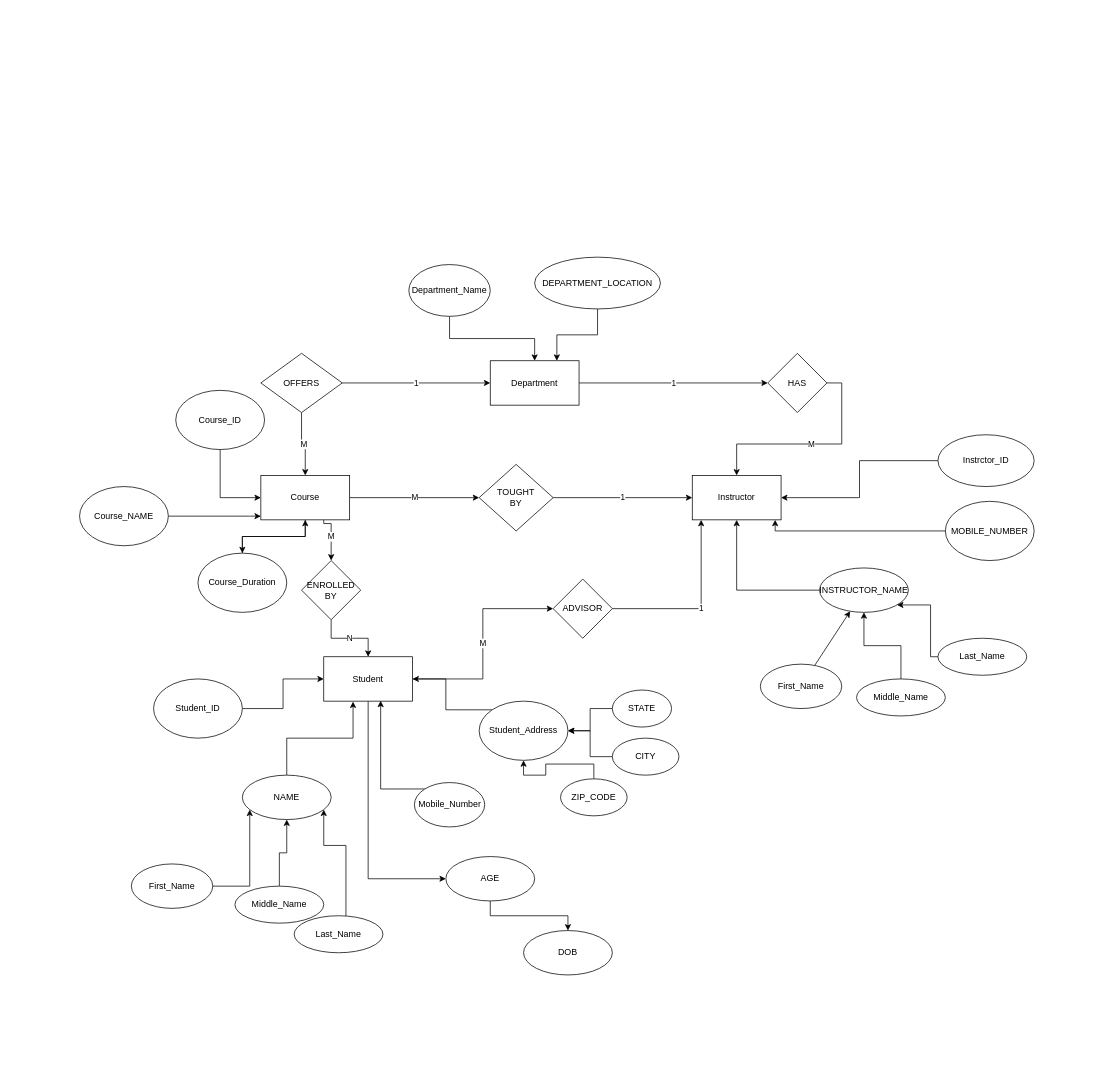
Before: Untitled Diagram.drawio in vaibhav31s/lecture0, a draw.io diagram. Source tidied: cells renumbered, new cells numbered last; positions are measured from the earlier drawing's top-left corner, leaving out a move shared by most shapes. Both pictures are drawn from the tidied source at 74%, with x=0, y=0 at pixel (79, 257).
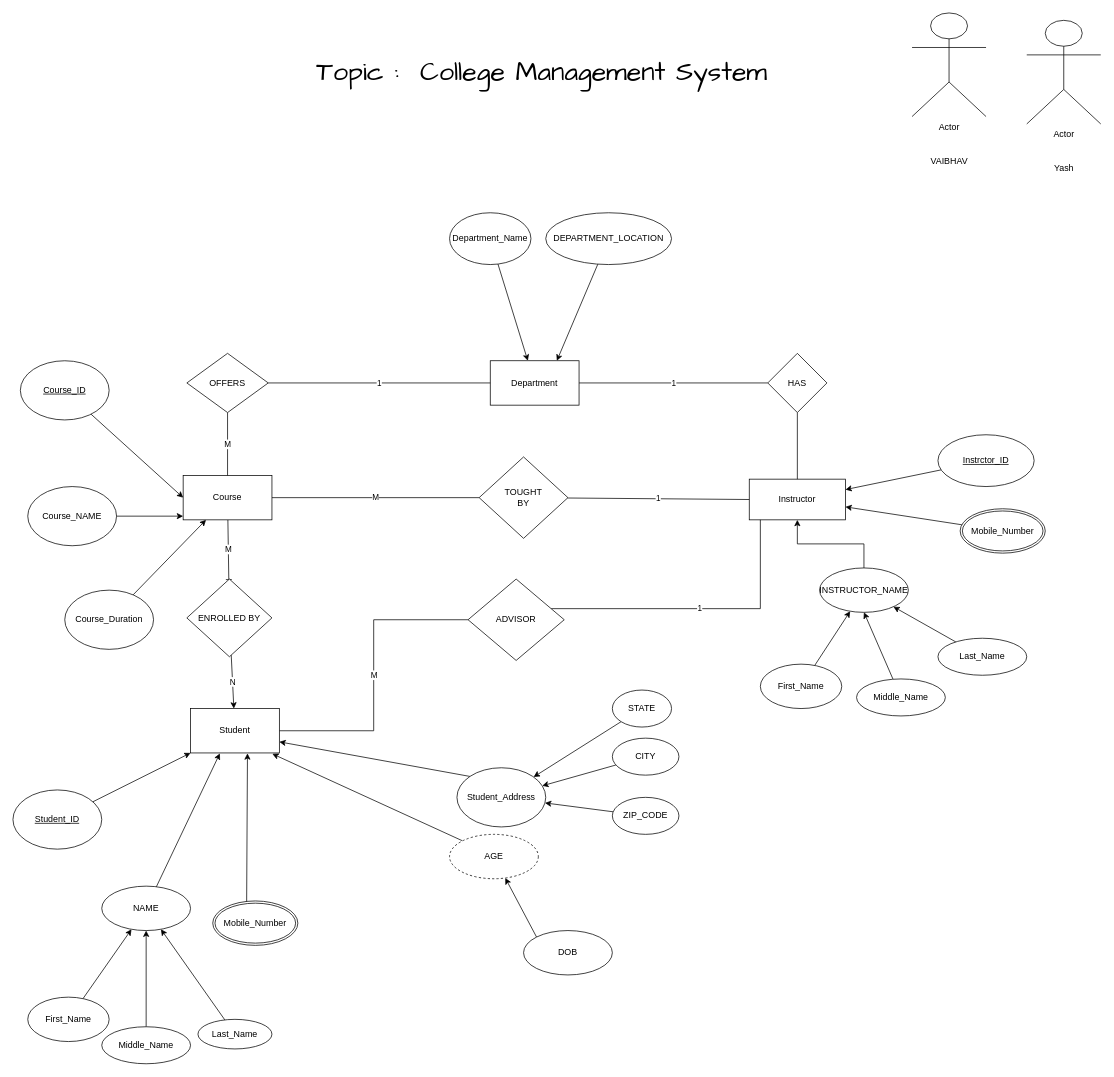
Above is the later version.

Commit message:
College Managment System

Unchanged cells that the change refers to:
```xml
<mxCell id="3" value="Department" style="rounded=0;whiteSpace=wrap;html=1;" parent="1" vertex="1">
  <mxGeometry x="555" y="140" width="120" height="60" as="geometry" />
</mxCell>
<mxCell id="42" value="HAS" style="rhombus;whiteSpace=wrap;html=1;" parent="1" vertex="1">
  <mxGeometry x="930" y="130" width="80" height="80" as="geometry" />
</mxCell>
<mxCell id="48" value="CITY" style="ellipse;whiteSpace=wrap;html=1;" parent="1" vertex="1">
  <mxGeometry x="720" y="650" width="90" height="50" as="geometry" />
</mxCell>
<mxCell id="56" value="STATE" style="ellipse;whiteSpace=wrap;html=1;" parent="1" vertex="1">
  <mxGeometry x="720" y="585" width="80" height="50" as="geometry" />
</mxCell>
<mxCell id="59" value="DOB" style="ellipse;whiteSpace=wrap;html=1;rounded=0;" parent="1" vertex="1">
  <mxGeometry x="600" y="910" width="120" height="60" as="geometry" />
</mxCell>
<mxCell id="63" value="Last_Name" style="ellipse;whiteSpace=wrap;html=1;" parent="1" vertex="1">
  <mxGeometry x="1160" y="515" width="120" height="50" as="geometry" />
</mxCell>
<mxCell id="65" value="INSTRUCTOR_NAME" style="ellipse;whiteSpace=wrap;html=1;" parent="1" vertex="1">
  <mxGeometry x="1000" y="420" width="120" height="60" as="geometry" />
</mxCell>
<mxCell id="67" value="Middle_Name" style="ellipse;whiteSpace=wrap;html=1;" parent="1" vertex="1">
  <mxGeometry x="1050" y="570" width="120" height="50" as="geometry" />
</mxCell>
```

Diff of the diagram source:
```diff
@@
-    <mxCell id="2" value="1" style="edgeStyle=orthogonalEdgeStyle;rounded=0;jettySize=auto;html=1;entryX=0;entryY=0.5;entryDx=0;entryDy=0;" parent="1" edge="1" source="3" target="42">
+    <mxCell id="2" value="1" style="edgeStyle=orthogonalEdgeStyle;rounded=0;jettySize=auto;html=1;entryX=0;entryY=0.5;entryDx=0;entryDy=0;endArrow=none;endFill=0;" parent="1" edge="1" source="3" target="42">
       <mxGeometry relative="1" as="geometry" />
     </mxCell>
@@
-    <mxCell id="4" value="M" style="edgeStyle=orthogonalEdgeStyle;rounded=0;jettySize=auto;html=1;" parent="1" edge="1" source="7" target="40">
+    <mxCell id="4" value="M" style="rounded=0;jettySize=auto;html=1;endArrow=none;endFill=0;" parent="1" edge="1" source="7" target="40">
       <mxGeometry relative="1" as="geometry" />
     </mxCell>
-    <mxCell id="5" style="edgeStyle=orthogonalEdgeStyle;rounded=0;jettySize=auto;html=1;" parent="1" edge="1" source="7" target="21">
-      <mxGeometry relative="1" as="geometry" />
-    </mxCell>
-    <mxCell id="6" value="M" style="edgeStyle=orthogonalEdgeStyle;rounded=0;jettySize=auto;html=1;" parent="1" edge="1" source="7" target="46">
-      <mxGeometry relative="1" as="geometry">
-        <Array as="points">
-          <mxPoint x="330" y="360" />
-          <mxPoint x="340" y="360" />
-        </Array>
-      </mxGeometry>
+    <mxCell id="6" value="M" style="jettySize=auto;html=1;rounded=0;endArrow=baseDash;endFill=0;" parent="1" edge="1" source="7" target="46">
+      <mxGeometry relative="1" as="geometry" />
     </mxCell>
     <mxCell id="7" value="Course" style="rounded=0;whiteSpace=wrap;html=1;" parent="1" vertex="1">
-      <mxGeometry x="245" y="295" width="120" height="60" as="geometry" />
+      <mxGeometry x="140" y="295" width="120" height="60" as="geometry" />
     </mxCell>
     <mxCell id="8" value="Instructor" style="rounded=0;whiteSpace=wrap;html=1;" parent="1" vertex="1">
-      <mxGeometry x="828" y="295" width="120" height="60" as="geometry" />
+      <mxGeometry x="905" y="300" width="130" height="55" as="geometry" />
     </mxCell>
-    <mxCell id="9" value="M" style="edgeStyle=orthogonalEdgeStyle;rounded=0;jettySize=auto;html=1;entryX=0;entryY=0.5;entryDx=0;entryDy=0;" parent="1" edge="1" source="11" target="44">
+    <mxCell id="9" value="M" style="rounded=0;jettySize=auto;html=1;entryX=0;entryY=0.5;entryDx=0;entryDy=0;endArrow=none;endFill=0;edgeStyle=orthogonalEdgeStyle;" parent="1" edge="1" source="11" target="44">
       <mxGeometry relative="1" as="geometry" />
     </mxCell>
-    <mxCell id="10" style="edgeStyle=orthogonalEdgeStyle;rounded=0;jettySize=auto;html=1;" parent="1" edge="1" source="11" target="58">
-      <mxGeometry relative="1" as="geometry">
-        <Array as="points">
-          <mxPoint x="390" y="840" />
-        </Array>
-      </mxGeometry>
-    </mxCell>
     <mxCell id="11" value="Student" style="rounded=0;whiteSpace=wrap;html=1;" parent="1" vertex="1">
-      <mxGeometry x="330" y="540" width="120" height="60" as="geometry" />
+      <mxGeometry x="150" y="610" width="120" height="60" as="geometry" />
     </mxCell>
-    <mxCell id="12" style="edgeStyle=orthogonalEdgeStyle;rounded=0;jettySize=auto;html=1;" parent="1" edge="1" source="13" target="3">
+    <mxCell id="12" style="rounded=0;jettySize=auto;html=1;" parent="1" edge="1" source="13" target="3">
       <mxGeometry relative="1" as="geometry" />
     </mxCell>
     <mxCell id="13" value="Department_Name" style="ellipse;whiteSpace=wrap;html=1;" parent="1" vertex="1">
-      <mxGeometry x="445" y="10" width="110" height="70" as="geometry" />
+      <mxGeometry x="500" y="-60" width="110" height="70" as="geometry" />
     </mxCell>
-    <mxCell id="14" style="edgeStyle=orthogonalEdgeStyle;rounded=0;jettySize=auto;html=1;entryX=0.75;entryY=0;entryDx=0;entryDy=0;" parent="1" edge="1" source="15" target="3">
+    <mxCell id="14" style="rounded=0;jettySize=auto;html=1;entryX=0.75;entryY=0;entryDx=0;entryDy=0;" parent="1" edge="1" source="15" target="3">
       <mxGeometry relative="1" as="geometry" />
     </mxCell>
     <mxCell id="15" value="DEPARTMENT_LOCATION" style="ellipse;whiteSpace=wrap;html=1;" parent="1" vertex="1">
-      <mxGeometry x="615" width="170" height="70" as="geometry" />
+      <mxGeometry x="630" y="-60" width="170" height="70" as="geometry" />
     </mxCell>
-    <mxCell id="16" style="edgeStyle=orthogonalEdgeStyle;rounded=0;jettySize=auto;html=1;entryX=0;entryY=0.5;entryDx=0;entryDy=0;" parent="1" edge="1" source="17" target="7">
+    <mxCell id="16" style="rounded=0;jettySize=auto;html=1;entryX=0;entryY=0.5;entryDx=0;entryDy=0;" parent="1" edge="1" source="17" target="7">
       <mxGeometry relative="1" as="geometry" />
     </mxCell>
-    <mxCell id="17" value="Course_ID" style="ellipse;whiteSpace=wrap;html=1;" parent="1" vertex="1">
-      <mxGeometry x="130" y="180" width="120" height="80" as="geometry" />
+    <mxCell id="17" value="&lt;u&gt;Course_ID&lt;/u&gt;" style="ellipse;whiteSpace=wrap;html=1;" parent="1" vertex="1">
+      <mxGeometry x="-80" y="140" width="120" height="80" as="geometry" />
     </mxCell>
@@
     <mxCell id="19" value="Course_NAME" style="ellipse;whiteSpace=wrap;html=1;" parent="1" vertex="1">
-      <mxGeometry y="310" width="120" height="80" as="geometry" />
+      <mxGeometry x="-70" y="310" width="120" height="80" as="geometry" />
     </mxCell>
-    <mxCell id="20" style="edgeStyle=orthogonalEdgeStyle;rounded=0;jettySize=auto;html=1;" parent="1" edge="1" source="21" target="7">
+    <mxCell id="20" style="rounded=0;jettySize=auto;html=1;" parent="1" edge="1" source="21" target="7">
       <mxGeometry relative="1" as="geometry" />
     </mxCell>
     <mxCell id="21" value="Course_Duration" style="ellipse;whiteSpace=wrap;html=1;" parent="1" vertex="1">
-      <mxGeometry x="160" y="400" width="120" height="80" as="geometry" />
+      <mxGeometry x="-20" y="450" width="120" height="80" as="geometry" />
     </mxCell>
-    <mxCell id="22" style="edgeStyle=orthogonalEdgeStyle;rounded=0;jettySize=auto;html=1;" parent="1" edge="1" source="23" target="8">
+    <mxCell id="22" style="rounded=0;jettySize=auto;html=1;" parent="1" edge="1" source="23" target="8">
       <mxGeometry relative="1" as="geometry" />
     </mxCell>
-    <mxCell id="23" value="Instrctor_ID" style="ellipse;whiteSpace=wrap;html=1;" parent="1" vertex="1">
+    <mxCell id="23" value="Instrctor_ID" style="ellipse;whiteSpace=wrap;html=1;fontStyle=4;" parent="1" vertex="1">
       <mxGeometry x="1160" y="240" width="130" height="70" as="geometry" />
     </mxCell>
-    <mxCell id="24" style="edgeStyle=orthogonalEdgeStyle;rounded=0;jettySize=auto;html=1;" parent="1" edge="1" source="25" target="8">
-      <mxGeometry relative="1" as="geometry">
-        <Array as="points">
-          <mxPoint x="940" y="370" />
-        </Array>
-      </mxGeometry>
+    <mxCell id="24" style="rounded=0;jettySize=auto;html=1;" parent="1" edge="1" source="72" target="8">
+      <mxGeometry relative="1" as="geometry" />
     </mxCell>
-    <mxCell id="25" value="MOBILE_NUMBER" style="ellipse;whiteSpace=wrap;html=1;" parent="1" vertex="1">
-      <mxGeometry x="1170" y="330" width="120" height="80" as="geometry" />
-    </mxCell>
-    <mxCell id="26" style="edgeStyle=orthogonalEdgeStyle;rounded=0;jettySize=auto;html=1;exitX=0;exitY=0;exitDx=0;exitDy=0;entryX=1;entryY=0.5;entryDx=0;entryDy=0;" parent="1" edge="1" source="27" target="11">
+    <mxCell id="26" style="rounded=0;jettySize=auto;html=1;exitX=0;exitY=0;exitDx=0;exitDy=0;entryX=1;entryY=0.75;entryDx=0;entryDy=0;" parent="1" edge="1" source="27" target="11">
       <mxGeometry relative="1" as="geometry" />
     </mxCell>
     <mxCell id="27" value="Student_Address" style="ellipse;whiteSpace=wrap;html=1;" parent="1" vertex="1">
-      <mxGeometry x="540" y="600" width="120" height="80" as="geometry" />
+      <mxGeometry x="510" y="690" width="120" height="80" as="geometry" />
     </mxCell>
-    <mxCell id="28" style="edgeStyle=orthogonalEdgeStyle;rounded=0;jettySize=auto;html=1;" parent="1" edge="1" source="29" target="11">
+    <mxCell id="28" style="rounded=0;jettySize=auto;html=1;" parent="1" edge="1" source="29" target="11">
       <mxGeometry relative="1" as="geometry" />
     </mxCell>
-    <mxCell id="29" value="Student_ID" style="ellipse;whiteSpace=wrap;html=1;" parent="1" vertex="1">
-      <mxGeometry x="100" y="570" width="120" height="80" as="geometry" />
+    <mxCell id="29" value="&lt;u&gt;Student_ID&lt;/u&gt;" style="ellipse;whiteSpace=wrap;html=1;" parent="1" vertex="1">
+      <mxGeometry x="-90" y="720" width="120" height="80" as="geometry" />
     </mxCell>
-    <mxCell id="30" style="edgeStyle=orthogonalEdgeStyle;rounded=0;jettySize=auto;html=1;exitX=0;exitY=0;exitDx=0;exitDy=0;entryX=0.641;entryY=0.991;entryDx=0;entryDy=0;entryPerimeter=0;" parent="1" edge="1" source="31" target="11">
-      <mxGeometry relative="1" as="geometry" />
-    </mxCell>
-    <mxCell id="31" value="Mobile_Number" style="ellipse;whiteSpace=wrap;html=1;" parent="1" vertex="1">
-      <mxGeometry x="452.5" y="710" width="95" height="60" as="geometry" />
-    </mxCell>
     <mxCell id="32" style="edgeStyle=orthogonalEdgeStyle;rounded=0;jettySize=auto;html=1;" parent="1" edge="1" source="33" target="50">
       <mxGeometry relative="1" as="geometry">
         <Array as="points">
-          <mxPoint x="230" y="850" />
+          <mxPoint x="40" y="1000" />
         </Array>
       </mxGeometry>
     </mxCell>
     <mxCell id="33" value="First_Name" style="ellipse;whiteSpace=wrap;html=1;" parent="1" vertex="1">
-      <mxGeometry x="70" y="820" width="110" height="60" as="geometry" />
+      <mxGeometry x="-70" y="1000" width="110" height="60" as="geometry" />
     </mxCell>
-    <mxCell id="34" style="edgeStyle=orthogonalEdgeStyle;rounded=0;jettySize=auto;html=1;" parent="1" edge="1" source="35" target="50">
-      <mxGeometry relative="1" as="geometry">
-        <Array as="points">
-          <mxPoint x="360" y="795" />
-          <mxPoint x="330" y="795" />
-        </Array>
-      </mxGeometry>
+    <mxCell id="34" style="rounded=0;jettySize=auto;html=1;" parent="1" edge="1" source="35" target="50">
+      <mxGeometry relative="1" as="geometry" />
     </mxCell>
     <mxCell id="35" value="Last_Name" style="ellipse;whiteSpace=wrap;html=1;" parent="1" vertex="1">
-      <mxGeometry x="290" y="890" width="120" height="50" as="geometry" />
+      <mxGeometry x="160" y="1030" width="100" height="40" as="geometry" />
     </mxCell>
-    <mxCell id="36" value="M" style="edgeStyle=orthogonalEdgeStyle;rounded=0;jettySize=auto;html=1;" parent="1" edge="1" source="38" target="7">
+    <mxCell id="36" value="M" style="rounded=0;jettySize=auto;html=1;strokeColor=default;endArrow=none;endFill=0;" parent="1" edge="1" source="38" target="7">
       <mxGeometry relative="1" as="geometry" />
     </mxCell>
-    <mxCell id="37" value="1" style="edgeStyle=orthogonalEdgeStyle;rounded=0;jettySize=auto;html=1;" parent="1" edge="1" source="38" target="3">
+    <mxCell id="37" value="1" style="edgeStyle=orthogonalEdgeStyle;rounded=0;jettySize=auto;html=1;endArrow=none;endFill=0;" parent="1" edge="1" source="38" target="3">
       <mxGeometry relative="1" as="geometry" />
     </mxCell>
     <mxCell id="38" value="OFFERS" style="rhombus;whiteSpace=wrap;html=1;" parent="1" vertex="1">
-      <mxGeometry x="245" y="130" width="110" height="80" as="geometry" />
+      <mxGeometry x="145" y="130" width="110" height="80" as="geometry" />
     </mxCell>
-    <mxCell id="39" value="1" style="edgeStyle=orthogonalEdgeStyle;rounded=0;jettySize=auto;html=1;entryX=0;entryY=0.5;entryDx=0;entryDy=0;" parent="1" edge="1" source="40" target="8">
+    <mxCell id="39" value="1" style="rounded=0;jettySize=auto;html=1;entryX=0;entryY=0.5;entryDx=0;entryDy=0;endArrow=none;endFill=0;" parent="1" edge="1" source="40" target="8">
       <mxGeometry relative="1" as="geometry" />
     </mxCell>
     <mxCell id="40" value="TOUGHT&lt;br&gt;BY" style="rhombus;whiteSpace=wrap;html=1;rounded=0;" parent="1" vertex="1">
-      <mxGeometry x="540" y="280" width="100" height="90" as="geometry" />
+      <mxGeometry x="540" y="270" width="120" height="110" as="geometry" />
     </mxCell>
-    <mxCell id="41" value="M" style="edgeStyle=orthogonalEdgeStyle;rounded=0;jettySize=auto;html=1;exitX=1;exitY=0.5;exitDx=0;exitDy=0;" parent="1" edge="1" source="42" target="8">
+    <mxCell id="41" style="edgeStyle=none;rounded=0;jettySize=auto;html=1;endArrow=none;endFill=0;" parent="1" edge="1" source="42" target="8">
       <mxGeometry relative="1" as="geometry" />
     </mxCell>
@@
-    <mxCell id="43" value="1" style="edgeStyle=orthogonalEdgeStyle;rounded=0;jettySize=auto;html=1;" parent="1" edge="1" source="44" target="8">
+    <mxCell id="43" value="1" style="edgeStyle=orthogonalEdgeStyle;rounded=0;jettySize=auto;html=1;endArrow=none;endFill=0;" parent="1" edge="1" source="44" target="8">
       <mxGeometry relative="1" as="geometry">
         <Array as="points">
-          <mxPoint x="840" y="475" />
+          <mxPoint x="920" y="475" />
         </Array>
       </mxGeometry>
     </mxCell>
     <mxCell id="44" value="ADVISOR" style="rhombus;whiteSpace=wrap;html=1;" parent="1" vertex="1">
-      <mxGeometry x="640" y="435" width="80" height="80" as="geometry" />
+      <mxGeometry x="525" y="435" width="130" height="110" as="geometry" />
     </mxCell>
-    <mxCell id="45" value="N" style="edgeStyle=orthogonalEdgeStyle;rounded=0;jettySize=auto;html=1;" parent="1" edge="1" source="46" target="11">
+    <mxCell id="45" value="N" style="rounded=0;jettySize=auto;html=1;" parent="1" edge="1" source="46" target="11">
       <mxGeometry relative="1" as="geometry" />
     </mxCell>
     <mxCell id="46" value="ENROLLED BY" style="rhombus;whiteSpace=wrap;html=1;rounded=0;" parent="1" vertex="1">
-      <mxGeometry x="300" y="410" width="80" height="80" as="geometry" />
+      <mxGeometry x="145" y="435" width="115" height="105" as="geometry" />
     </mxCell>
-    <mxCell id="47" style="edgeStyle=orthogonalEdgeStyle;rounded=0;jettySize=auto;html=1;" parent="1" edge="1" source="48" target="27">
+    <mxCell id="47" style="rounded=0;jettySize=auto;html=1;" parent="1" edge="1" source="48" target="27">
       <mxGeometry relative="1" as="geometry" />
     </mxCell>
@@
-    <mxCell id="49" style="edgeStyle=orthogonalEdgeStyle;rounded=0;jettySize=auto;html=1;entryX=0.33;entryY=1.01;entryDx=0;entryDy=0;entryPerimeter=0;" parent="1" edge="1" source="50" target="11">
+    <mxCell id="49" style="rounded=0;jettySize=auto;html=1;entryX=0.33;entryY=1.01;entryDx=0;entryDy=0;entryPerimeter=0;" parent="1" edge="1" source="50" target="11">
       <mxGeometry relative="1" as="geometry" />
     </mxCell>
     <mxCell id="50" value="NAME" style="ellipse;whiteSpace=wrap;html=1;" parent="1" vertex="1">
-      <mxGeometry x="220" y="700" width="120" height="60" as="geometry" />
+      <mxGeometry x="30" y="850" width="120" height="60" as="geometry" />
     </mxCell>
@@
     <mxCell id="52" value="Middle_Name" style="ellipse;whiteSpace=wrap;html=1;" parent="1" vertex="1">
-      <mxGeometry x="210" y="850" width="120" height="50" as="geometry" />
+      <mxGeometry x="30" y="1040" width="120" height="50" as="geometry" />
     </mxCell>
-    <mxCell id="53" style="edgeStyle=orthogonalEdgeStyle;rounded=0;jettySize=auto;html=1;" parent="1" edge="1" source="54" target="27">
+    <mxCell id="53" style="rounded=0;jettySize=auto;html=1;" parent="1" edge="1" source="54" target="27">
       <mxGeometry relative="1" as="geometry" />
     </mxCell>
     <mxCell id="54" value="ZIP_CODE" style="ellipse;whiteSpace=wrap;html=1;" parent="1" vertex="1">
-      <mxGeometry x="650" y="705" width="90" height="50" as="geometry" />
+      <mxGeometry x="720" y="730" width="90" height="50" as="geometry" />
     </mxCell>
-    <mxCell id="55" style="edgeStyle=orthogonalEdgeStyle;rounded=0;jettySize=auto;html=1;" parent="1" edge="1" source="56" target="27">
+    <mxCell id="55" style="rounded=0;jettySize=auto;html=1;" parent="1" edge="1" source="56" target="27">
       <mxGeometry relative="1" as="geometry" />
     </mxCell>
@@
-    <mxCell id="57" style="edgeStyle=orthogonalEdgeStyle;rounded=0;jettySize=auto;html=1;" parent="1" edge="1" source="58" target="59">
-      <mxGeometry relative="1" as="geometry" />
-    </mxCell>
+    <mxCell id="68" style="edgeStyle=none;rounded=0;jettySize=auto;html=1;exitX=0;exitY=0;exitDx=0;exitDy=0;entryX=0.921;entryY=1.02;entryDx=0;entryDy=0;entryPerimeter=0;endArrow=classic;endFill=1;" parent="1" edge="1" source="58" target="11">
+      <mxGeometry relative="1" as="geometry" />
+    </mxCell>
-    <mxCell id="58" value="AGE" style="ellipse;whiteSpace=wrap;html=1;rounded=0;" parent="1" vertex="1">
-      <mxGeometry x="495" y="810" width="120" height="60" as="geometry" />
+    <mxCell id="58" value="AGE" style="ellipse;whiteSpace=wrap;html=1;rounded=0;dashed=1;" parent="1" vertex="1">
+      <mxGeometry x="500" y="780" width="120" height="60" as="geometry" />
     </mxCell>
+    <mxCell id="69" style="edgeStyle=none;rounded=0;jettySize=auto;html=1;exitX=0;exitY=0;exitDx=0;exitDy=0;endArrow=classic;endFill=1;" parent="1" edge="1" source="59" target="58">
+      <mxGeometry relative="1" as="geometry" />
+    </mxCell>
@@
-    <mxCell id="62" style="edgeStyle=orthogonalEdgeStyle;rounded=0;jettySize=auto;html=1;" parent="1" edge="1" source="63" target="65">
-      <mxGeometry relative="1" as="geometry">
-        <Array as="points">
-          <mxPoint x="1150" y="540" />
-          <mxPoint x="1150" y="470" />
-        </Array>
-      </mxGeometry>
+    <mxCell id="62" style="rounded=0;jettySize=auto;html=1;" parent="1" edge="1" source="63" target="65">
+      <mxGeometry relative="1" as="geometry" />
     </mxCell>
@@
-    <mxCell id="66" style="edgeStyle=orthogonalEdgeStyle;rounded=0;jettySize=auto;html=1;entryX=0.5;entryY=1;entryDx=0;entryDy=0;" parent="1" edge="1" source="67" target="65">
-      <mxGeometry relative="1" as="geometry">
-        <Array as="points">
-          <mxPoint x="1110" y="525" />
-          <mxPoint x="1060" y="525" />
-        </Array>
-      </mxGeometry>
+    <mxCell id="66" style="rounded=0;jettySize=auto;html=1;entryX=0.5;entryY=1;entryDx=0;entryDy=0;" parent="1" edge="1" source="67" target="65">
+      <mxGeometry relative="1" as="geometry" />
     </mxCell>
@@
+    <mxCell id="70" style="rounded=0;jettySize=auto;html=1;entryX=0.641;entryY=1.009;entryDx=0;entryDy=0;entryPerimeter=0;" parent="1" edge="1" target="11">
+      <mxGeometry relative="1" as="geometry">
+        <mxPoint x="225.7" y="890" as="sourcePoint" />
+      </mxGeometry>
+    </mxCell>
+    <mxCell id="71" value="Mobile_Number" style="ellipse;shape=doubleEllipse;margin=3;whiteSpace=wrap;html=1;align=center;" parent="1" vertex="1">
+      <mxGeometry x="180" y="870" width="115" height="60" as="geometry" />
+    </mxCell>
+    <mxCell id="72" value="Mobile_Number" style="ellipse;shape=doubleEllipse;margin=3;whiteSpace=wrap;html=1;align=center;" parent="1" vertex="1">
+      <mxGeometry x="1190" y="340" width="115" height="60" as="geometry" />
+    </mxCell>
+    <mxCell id="73" value="Actor" style="shape=umlActor;verticalLabelPosition=bottom;verticalAlign=top;html=1;" parent="1" vertex="1">
+      <mxGeometry x="1125" y="-330" width="100" height="140" as="geometry" />
+    </mxCell>
+    <mxCell id="74" value="VAIBHAV" style="text;html=1;align=center;verticalAlign=middle;strokeColor=none;fillColor=none;" parent="1" vertex="1">
+      <mxGeometry x="1140" y="-140" width="70" height="20" as="geometry" />
+    </mxCell>
+    <mxCell id="75" value="Actor" style="shape=umlActor;verticalLabelPosition=bottom;verticalAlign=top;html=1;" parent="1" vertex="1">
+      <mxGeometry x="1280" y="-320" width="100" height="140" as="geometry" />
+    </mxCell>
+    <mxCell id="76" value="Yash" style="text;html=1;align=center;verticalAlign=middle;strokeColor=none;fillColor=none;" parent="1" vertex="1">
+      <mxGeometry x="1310" y="-130" width="40" height="20" as="geometry" />
+    </mxCell>
+    <mxCell id="77" value="Topic :&amp;nbsp; College Management System" style="text;html=1;strokeColor=none;fillColor=none;align=center;verticalAlign=middle;whiteSpace=wrap;rounded=0;fontFamily=Comic Sans MS;fontSize=36;" parent="1" vertex="1">
+      <mxGeometry x="310" y="-265" width="630" height="30" as="geometry" />
+    </mxCell>
```
